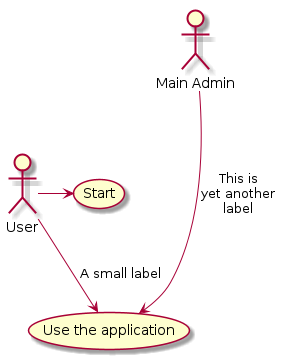
The PlantUML diagram meilenstein_05/.template/usecase-{modul}/usecase-{modul}.png in weichware10/meilensteine, before a commit. The source it was exported from:
```plantuml
@startuml {modul}

User -> (Start)
User --> (Use the application) : A small label

:Main Admin: ---> (Use the application) : This is\nyet another\nlabel

@enduml
```
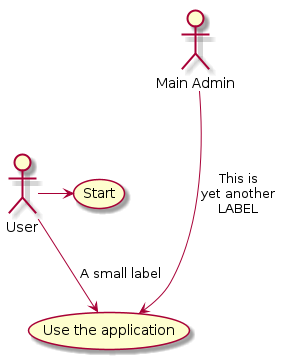
After the change.

Commit message:
rendered PNGs

What changed in the source:
```diff
@@ -3,6 +3,6 @@
 User -> (Start)
 User --> (Use the application) : A small label
 
-:Main Admin: ---> (Use the application) : This is\nyet another\nlabel
+:Main Admin: ---> (Use the application) : This is\nyet another\nLABEL
 
 @enduml
```
